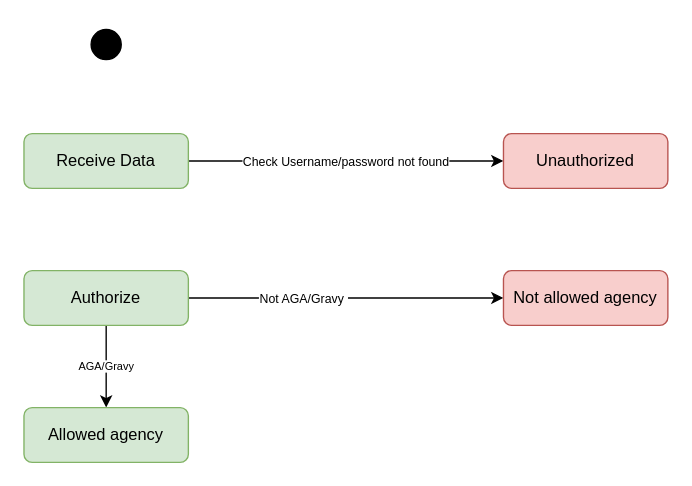
phatcharalaw/my-doc keeps this draw.io diagram as AZTH-FNBridge-StateDaigram-New_API_AGA_and_Gravy.drawio. Above is the earlier version. Source tidied: cells renumbered, new cells numbered last; positions are measured from the earlier drawing's top-left corner, leaving out a move shared by most shapes. Both pictures are drawn from the tidied source at 137%, with x=0, y=0 at pixel (23, 23).
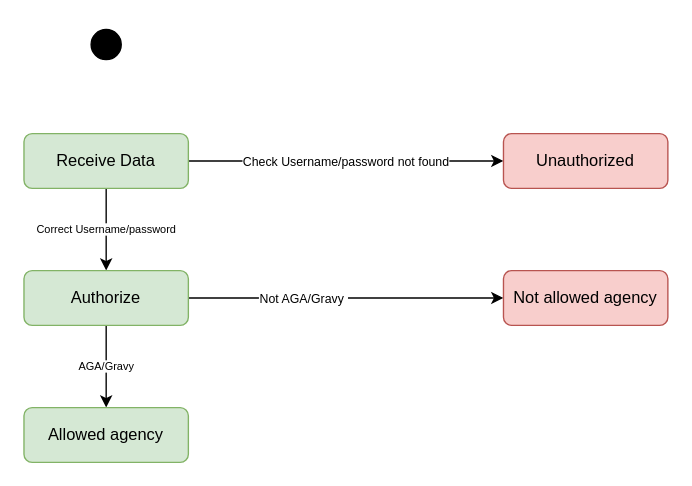
Above is the later version.

The edit, as a diff of the source:
```diff
@@
 <mxGraphModel>
   <root>
     <mxCell id="0" />
     <mxCell id="1" parent="0" />
     <mxCell id="2" style="ellipse;html=1;shape=startState;fillColor=#000000;strokeColor=#000000;fontColor=#333333;" parent="1" vertex="1">
       <mxGeometry x="45" width="30" height="30" as="geometry" />
     </mxCell>
     <mxCell id="3" value="&lt;font style=&quot;font-size: 9px&quot;&gt;Check Username/password not found&lt;/font&gt;" style="edgeStyle=orthogonalEdgeStyle;rounded=0;jettySize=auto;html=1;entryX=0;entryY=0.5;entryDx=0;entryDy=0;strokeColor=#000000;" parent="1" edge="1" source="4" target="9">
       <mxGeometry relative="1" as="geometry" />
     </mxCell>
+    <mxCell id="12" value="&lt;span&gt;Correct Username/password&lt;/span&gt;" style="edgeStyle=orthogonalEdgeStyle;rounded=0;jettySize=auto;html=1;entryX=0.5;entryY=0;entryDx=0;entryDy=0;strokeColor=#000000;fontSize=8;" parent="1" edge="1" source="4" target="8">
+      <mxGeometry relative="1" as="geometry" />
+    </mxCell>
     <mxCell id="4" value="Receive Data" style="rounded=1;whiteSpace=wrap;html=1;strokeColor=#82b366;fillColor=#d5e8d4;" parent="1" vertex="1">
       <mxGeometry y="80" width="120" height="40" as="geometry" />
     </mxCell>
     <mxCell id="5" style="edgeStyle=orthogonalEdgeStyle;rounded=0;jettySize=auto;html=1;entryX=0;entryY=0.5;entryDx=0;entryDy=0;strokeColor=#000000;" parent="1" edge="1" source="8" target="10">
       <mxGeometry relative="1" as="geometry" />
     </mxCell>
     <mxCell id="6" value="&lt;font style=&quot;font-size: 9px&quot;&gt;Not AGA/Gravy&amp;nbsp;&lt;/font&gt;" style="text;html=1;align=center;verticalAlign=middle;labelBackgroundColor=#ffffff;fontSize=8;" parent="5" vertex="1">
       <mxGeometry y="-32" relative="1" as="geometry">
         <mxPoint x="-32" y="-32" as="offset" />
       </mxGeometry>
     </mxCell>
     <mxCell id="7" value="&lt;span&gt;AGA/Gravy&lt;/span&gt;" style="edgeStyle=orthogonalEdgeStyle;rounded=0;jettySize=auto;html=1;strokeColor=#000000;fontSize=8;" parent="1" edge="1" source="8" target="11">
       <mxGeometry relative="1" as="geometry" />
     </mxCell>
     <mxCell id="8" value="Authorize" style="rounded=1;whiteSpace=wrap;html=1;strokeColor=#82b366;fillColor=#d5e8d4;" parent="1" vertex="1">
       <mxGeometry y="180" width="120" height="40" as="geometry" />
     </mxCell>
     <mxCell id="9" value="Unauthorized" style="rounded=1;whiteSpace=wrap;html=1;strokeColor=#b85450;fillColor=#f8cecc;" parent="1" vertex="1">
       <mxGeometry x="350" y="80" width="120" height="40" as="geometry" />
     </mxCell>
     <mxCell id="10" value="Not allowed agency" style="rounded=1;whiteSpace=wrap;html=1;strokeColor=#b85450;fillColor=#f8cecc;" parent="1" vertex="1">
       <mxGeometry x="350" y="180" width="120" height="40" as="geometry" />
     </mxCell>
     <mxCell id="11" value="&lt;span&gt;Allowed agency&lt;/span&gt;" style="rounded=1;whiteSpace=wrap;html=1;strokeColor=#82b366;fillColor=#d5e8d4;" parent="1" vertex="1">
       <mxGeometry y="280" width="120" height="40" as="geometry" />
     </mxCell>
   </root>
 </mxGraphModel>
```
